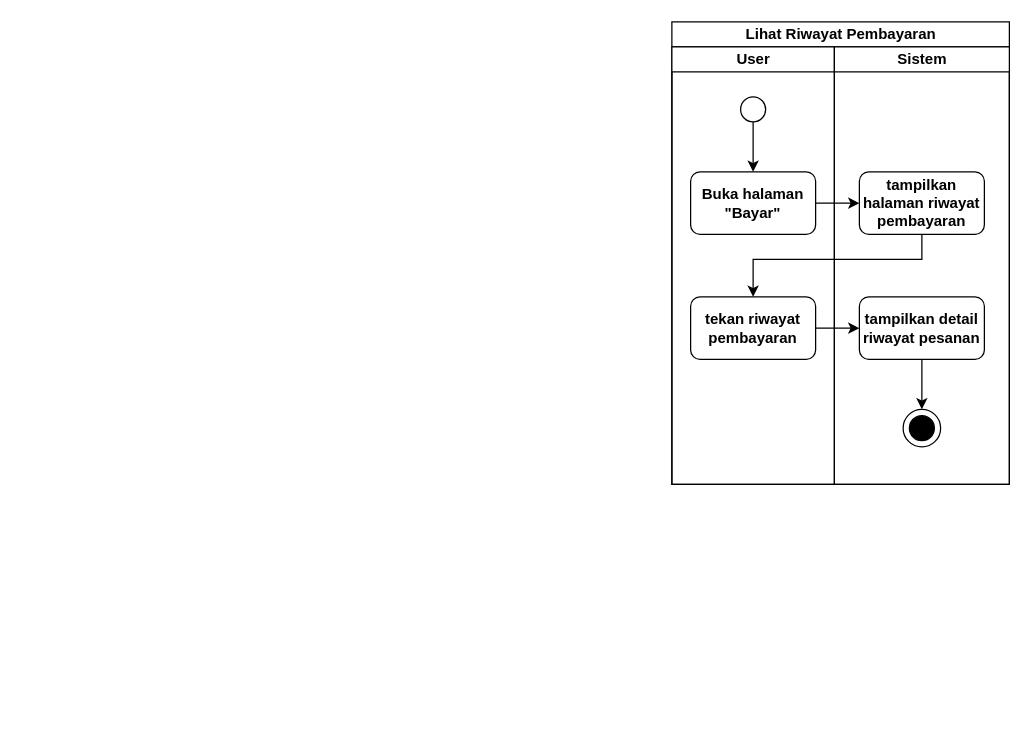
Earlier version of the draw.io diagram page "lihat riwayat pembayaran" (10 of 19) of assets/uml/activity-diagram.drawio (RIOKOWI/warmindo_purnama_flutter). Source tidied: cells renumbered, new cells numbered last; positions are measured from the earlier drawing's top-left corner, leaving out a move shared by most shapes. Both pictures are drawn from the tidied source at 125%, with x=0, y=0 at pixel (21, 21).
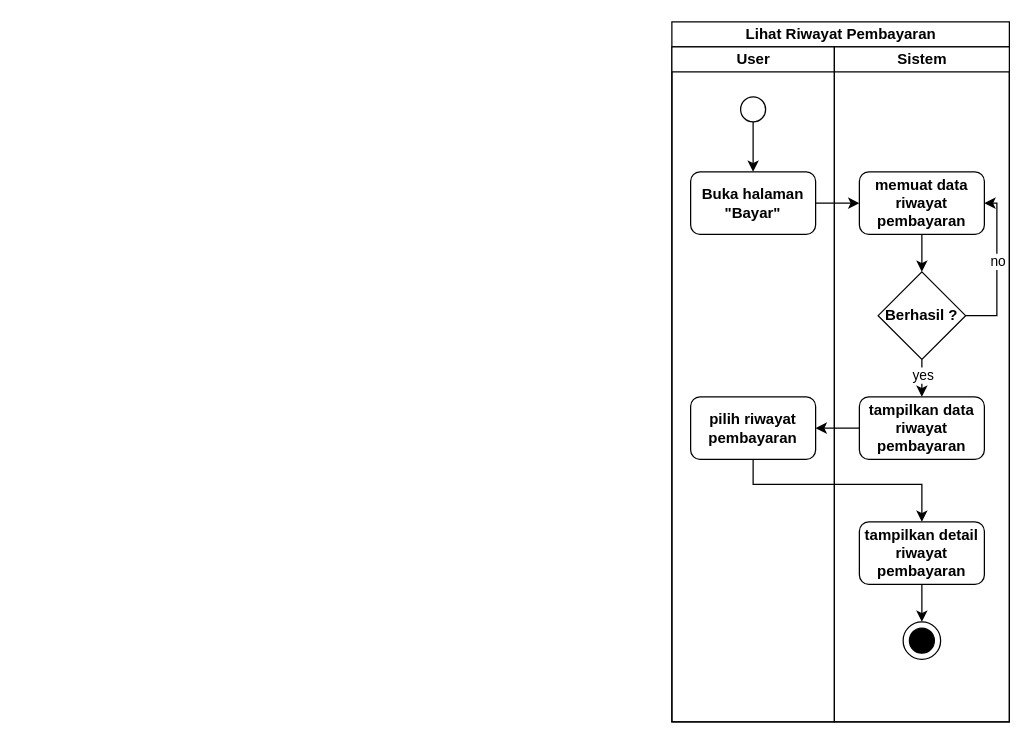
The same page after the edit.

The change refers to these unchanged cells:
```xml
<mxCell id="12" style="ellipse;whiteSpace=wrap;html=1;strokeColor=default;align=center;verticalAlign=middle;fontFamily=Helvetica;fontSize=12;fontColor=default;fontStyle=1;fillColor=default;" parent="11" vertex="1">
  <mxGeometry width="30" height="30" as="geometry" />
</mxCell>
```

Diff of the diagram source:
```diff
@@
     <mxCell id="3" value="Lihat Riwayat Pembayaran" style="swimlane;startSize=20;html=1;" parent="1" vertex="1">
-      <mxGeometry x="520" width="270" height="370" as="geometry" />
+      <mxGeometry x="520" width="270" height="560" as="geometry" />
     </mxCell>
     <mxCell id="4" value="User" style="swimlane;startSize=20;html=1;" parent="3" vertex="1">
-      <mxGeometry y="20" width="130" height="350" as="geometry" />
+      <mxGeometry y="20" width="130" height="540" as="geometry" />
     </mxCell>
@@
-    <mxCell id="8" value="tekan riwayat pembayaran" style="rounded=1;whiteSpace=wrap;html=1;strokeColor=default;align=center;verticalAlign=middle;fontFamily=Helvetica;fontSize=12;fontColor=default;fontStyle=1;fillColor=default;" parent="4" vertex="1">
-      <mxGeometry x="15" y="200" width="100" height="50" as="geometry" />
+    <mxCell id="8" value="pilih riwayat pembayaran" style="rounded=1;whiteSpace=wrap;html=1;strokeColor=default;align=center;verticalAlign=middle;fontFamily=Helvetica;fontSize=12;fontColor=default;fontStyle=1;fillColor=default;" parent="4" vertex="1">
+      <mxGeometry x="15" y="280" width="100" height="50" as="geometry" />
     </mxCell>
     <mxCell id="9" value="Sistem" style="swimlane;startSize=20;html=1;" parent="3" vertex="1">
-      <mxGeometry x="130" y="20" width="140" height="350" as="geometry" />
+      <mxGeometry x="130" y="20" width="140" height="540" as="geometry" />
     </mxCell>
+    <mxCell id="19" style="edgeStyle=orthogonalEdgeStyle;shape=connector;curved=0;rounded=0;html=1;entryX=0.5;entryY=0;entryDx=0;entryDy=0;strokeColor=default;align=center;verticalAlign=middle;fontFamily=Helvetica;fontSize=11;fontColor=default;labelBackgroundColor=default;endArrow=classic;" parent="9" edge="1" source="10" target="24">
+      <mxGeometry relative="1" as="geometry" />
+    </mxCell>
-    <mxCell id="10" value="tampilkan halaman riwayat pembayaran" style="rounded=1;whiteSpace=wrap;html=1;strokeColor=default;align=center;verticalAlign=middle;fontFamily=Helvetica;fontSize=12;fontColor=default;fontStyle=1;fillColor=default;" parent="9" vertex="1">
+    <mxCell id="10" value="memuat data riwayat pembayaran" style="rounded=1;whiteSpace=wrap;html=1;strokeColor=default;align=center;verticalAlign=middle;fontFamily=Helvetica;fontSize=12;fontColor=default;fontStyle=1;fillColor=default;" parent="9" vertex="1">
       <mxGeometry x="20" y="100" width="100" height="50" as="geometry" />
     </mxCell>
     <mxCell id="11" style="group;" parent="9" vertex="1">
-      <mxGeometry x="55" y="290" width="30" height="30" as="geometry" />
+      <mxGeometry x="55" y="460" width="30" height="30" as="geometry" />
     </mxCell>
@@
+    <mxCell id="20" style="edgeStyle=orthogonalEdgeStyle;shape=connector;curved=0;rounded=0;html=1;entryX=1;entryY=0.5;entryDx=0;entryDy=0;strokeColor=default;align=center;verticalAlign=middle;fontFamily=Helvetica;fontSize=11;fontColor=default;labelBackgroundColor=default;endArrow=classic;exitX=1;exitY=0.5;exitDx=0;exitDy=0;" parent="9" edge="1" source="24" target="10">
+      <mxGeometry relative="1" as="geometry">
+        <Array as="points">
+          <mxPoint x="130" y="215" />
+          <mxPoint x="130" y="125" />
+        </Array>
+      </mxGeometry>
+    </mxCell>
+    <mxCell id="21" value="no" style="edgeLabel;html=1;align=center;verticalAlign=middle;fontFamily=Helvetica;fontSize=11;fontColor=default;labelBackgroundColor=default;" parent="20" vertex="1">
+      <mxGeometry x="0.1" relative="1" as="geometry" />
+    </mxCell>
+    <mxCell id="22" style="edgeStyle=orthogonalEdgeStyle;shape=connector;curved=0;rounded=0;html=1;entryX=0.5;entryY=0;entryDx=0;entryDy=0;strokeColor=default;align=center;verticalAlign=middle;fontFamily=Helvetica;fontSize=11;fontColor=default;labelBackgroundColor=default;endArrow=classic;" parent="9" edge="1" source="24" target="25">
+      <mxGeometry relative="1" as="geometry" />
+    </mxCell>
+    <mxCell id="23" value="yes" style="edgeLabel;html=1;align=center;verticalAlign=middle;fontFamily=Helvetica;fontSize=11;fontColor=default;labelBackgroundColor=default;" parent="22" vertex="1">
+      <mxGeometry x="-0.23" relative="1" as="geometry" />
+    </mxCell>
+    <mxCell id="24" value="Berhasil ?" style="rhombus;whiteSpace=wrap;html=1;strokeColor=default;align=center;verticalAlign=middle;fontFamily=Helvetica;fontSize=12;fontColor=default;fontStyle=1;fillColor=default;" parent="9" vertex="1">
+      <mxGeometry x="35" y="180" width="70" height="70" as="geometry" />
+    </mxCell>
+    <mxCell id="14" style="edgeStyle=orthogonalEdgeStyle;shape=connector;curved=0;rounded=0;html=1;entryX=0.5;entryY=0;entryDx=0;entryDy=0;strokeColor=default;align=center;verticalAlign=middle;fontFamily=Helvetica;fontSize=12;fontColor=default;fontStyle=1;labelBackgroundColor=default;endArrow=classic;" parent="9" edge="1" source="15" target="12">
+      <mxGeometry relative="1" as="geometry" />
+    </mxCell>
-    <mxCell id="13" style="ellipse;whiteSpace=wrap;html=1;strokeColor=default;align=center;verticalAlign=middle;fontFamily=Helvetica;fontSize=12;fontColor=default;fontStyle=1;fillColor=light-dark(#000000,#000000);" parent="11" vertex="1">
-      <mxGeometry x="5" y="5" width="20" height="20" as="geometry" />
+    <mxCell id="13" style="ellipse;whiteSpace=wrap;html=1;strokeColor=default;align=center;verticalAlign=middle;fontFamily=Helvetica;fontSize=12;fontColor=default;fontStyle=1;fillColor=light-dark(#000000,#000000);" parent="9" vertex="1">
+      <mxGeometry x="60" y="465" width="20" height="20" as="geometry" />
     </mxCell>
-    <mxCell id="14" style="edgeStyle=orthogonalEdgeStyle;shape=connector;curved=0;rounded=0;html=1;entryX=0.5;entryY=0;entryDx=0;entryDy=0;strokeColor=default;align=center;verticalAlign=middle;fontFamily=Helvetica;fontSize=12;fontColor=default;fontStyle=1;labelBackgroundColor=default;endArrow=classic;" parent="9" edge="1" source="15" target="12">
-      <mxGeometry relative="1" as="geometry" />
-    </mxCell>
-    <mxCell id="15" value="tampilkan detail riwayat pesanan" style="rounded=1;whiteSpace=wrap;html=1;strokeColor=default;align=center;verticalAlign=middle;fontFamily=Helvetica;fontSize=12;fontColor=default;fontStyle=1;fillColor=default;" parent="9" vertex="1">
-      <mxGeometry x="20" y="200" width="100" height="50" as="geometry" />
+    <mxCell id="15" value="tampilkan detail riwayat pembayaran" style="rounded=1;whiteSpace=wrap;html=1;strokeColor=default;align=center;verticalAlign=middle;fontFamily=Helvetica;fontSize=12;fontColor=default;fontStyle=1;fillColor=default;" parent="9" vertex="1">
+      <mxGeometry x="20" y="380" width="100" height="50" as="geometry" />
     </mxCell>
+    <mxCell id="25" value="tampilkan data riwayat pembayaran" style="rounded=1;whiteSpace=wrap;html=1;strokeColor=default;align=center;verticalAlign=middle;fontFamily=Helvetica;fontSize=12;fontColor=default;fontStyle=1;fillColor=default;" parent="9" vertex="1">
+      <mxGeometry x="20" y="280" width="100" height="50" as="geometry" />
+    </mxCell>
@@
-    <mxCell id="17" style="edgeStyle=orthogonalEdgeStyle;shape=connector;curved=0;rounded=0;html=1;entryX=0.5;entryY=0;entryDx=0;entryDy=0;strokeColor=default;align=center;verticalAlign=middle;fontFamily=Helvetica;fontSize=12;fontColor=default;fontStyle=1;labelBackgroundColor=default;endArrow=classic;" parent="3" edge="1" source="10" target="8">
-      <mxGeometry relative="1" as="geometry">
-        <Array as="points">
-          <mxPoint x="200" y="190" />
-          <mxPoint x="65" y="190" />
-        </Array>
-      </mxGeometry>
-    </mxCell>
+    <mxCell id="26" style="edgeStyle=orthogonalEdgeStyle;shape=connector;curved=0;rounded=0;html=1;entryX=1;entryY=0.5;entryDx=0;entryDy=0;strokeColor=default;align=center;verticalAlign=middle;fontFamily=Helvetica;fontSize=11;fontColor=default;labelBackgroundColor=default;endArrow=classic;" parent="3" edge="1" source="25" target="8">
+      <mxGeometry relative="1" as="geometry" />
+    </mxCell>
-    <mxCell id="18" style="edgeStyle=orthogonalEdgeStyle;shape=connector;curved=0;rounded=0;html=1;strokeColor=default;align=center;verticalAlign=middle;fontFamily=Helvetica;fontSize=12;fontColor=default;fontStyle=1;labelBackgroundColor=default;endArrow=classic;" parent="3" edge="1" source="8" target="15">
-      <mxGeometry relative="1" as="geometry" />
+    <mxCell id="18" style="edgeStyle=orthogonalEdgeStyle;shape=connector;curved=0;rounded=0;html=1;entryX=0.5;entryY=0;entryDx=0;entryDy=0;strokeColor=default;align=center;verticalAlign=middle;fontFamily=Helvetica;fontSize=11;fontColor=default;labelBackgroundColor=default;endArrow=classic;" parent="3" edge="1" source="8" target="15">
+      <mxGeometry relative="1" as="geometry">
+        <Array as="points">
+          <mxPoint x="65" y="370" />
+          <mxPoint x="200" y="370" />
+        </Array>
+      </mxGeometry>
     </mxCell>
```
